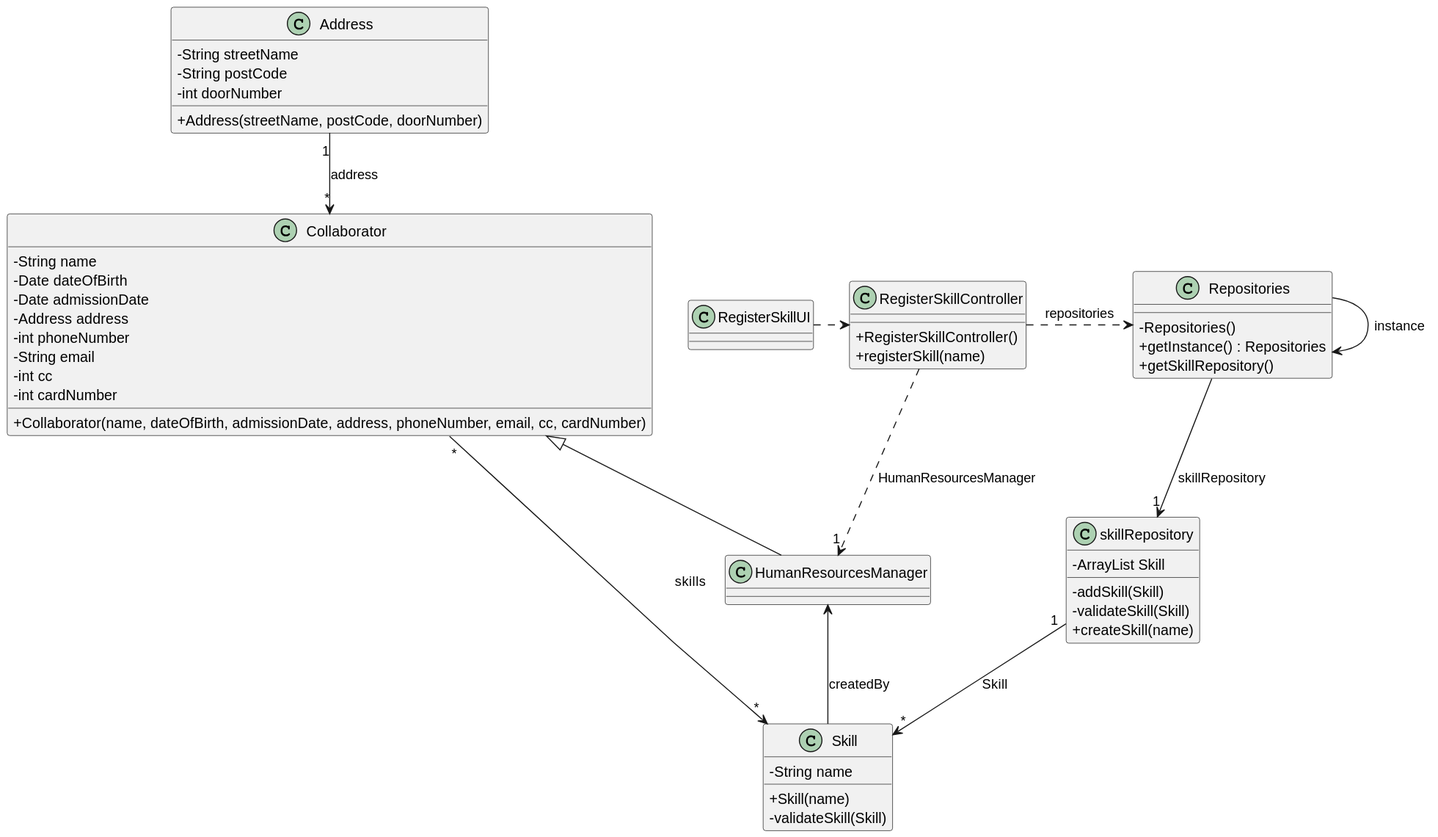
This is docs/sprint2/us01/03.design/svg/us01-class-diagram.svg from Departamento-de-Engenharia-Informatica/lei-24-s2-1db-g022, a PlantUML export, as it was before one commit.
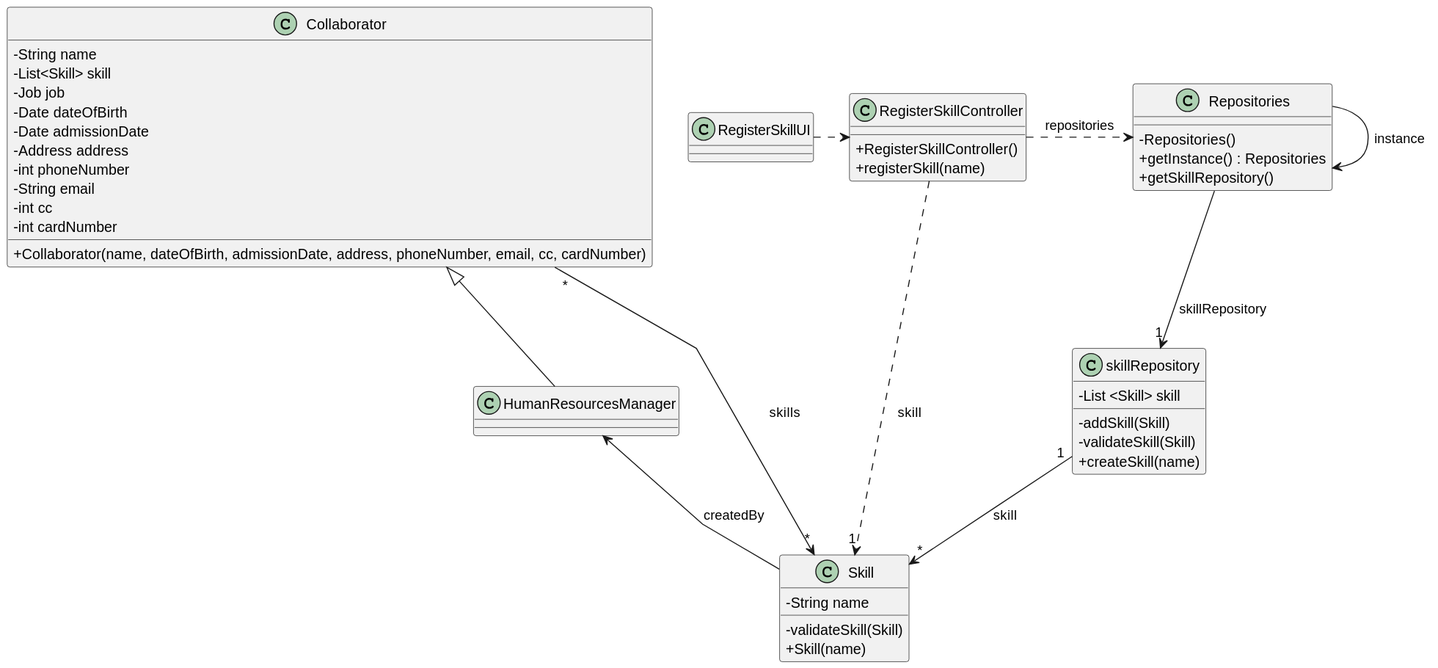
Later version of the same file.

What changed in the source:
```diff
@@ -9,8 +9,8 @@
 class Skill {
     - String name
 
+    - validateSkill(Skill)
     + Skill(name)
-    - validateSkill(Skill)
 }
 
 class RegisterSkillController {
@@ -24,6 +24,8 @@
 
 class Collaborator {
     -String name
+    -List<Skill> skill
+    -Job job
     -Date dateOfBirth
     -Date admissionDate
     -Address address
@@ -33,14 +35,6 @@
     -int cardNumber
 
     + Collaborator(name, dateOfBirth, admissionDate, address, phoneNumber, email, cc, cardNumber)
-}
-
-class Address{
-    -String streetName
-    -String postCode
-    -int doorNumber
-
-    +Address(streetName, postCode, doorNumber)
 }
 
 class HumanResourcesManager {
@@ -54,7 +48,7 @@
 }
 
 class skillRepository {
-    - ArrayList Skill
+    - List <Skill> skill
 
     - addSkill(Skill)
     - validateSkill(Skill)
@@ -65,10 +59,9 @@
 RegisterSkillUI .> RegisterSkillController
 Repositories -> Repositories : instance
 Repositories --> "1" skillRepository : skillRepository
-skillRepository "1" --> "*" Skill : Skill
+skillRepository "1" --> "*" Skill : skill
 Collaborator  <|--  HumanResourcesManager
-RegisterSkillController ..> "1" HumanResourcesManager : HumanResourcesManager
+RegisterSkillController ..> "1" Skill : skill
 HumanResourcesManager <--  Skill: createdBy
 Collaborator "*" --> "*" Skill : skills
-Address "1" --> "*" Collaborator : address
 @enduml
```
